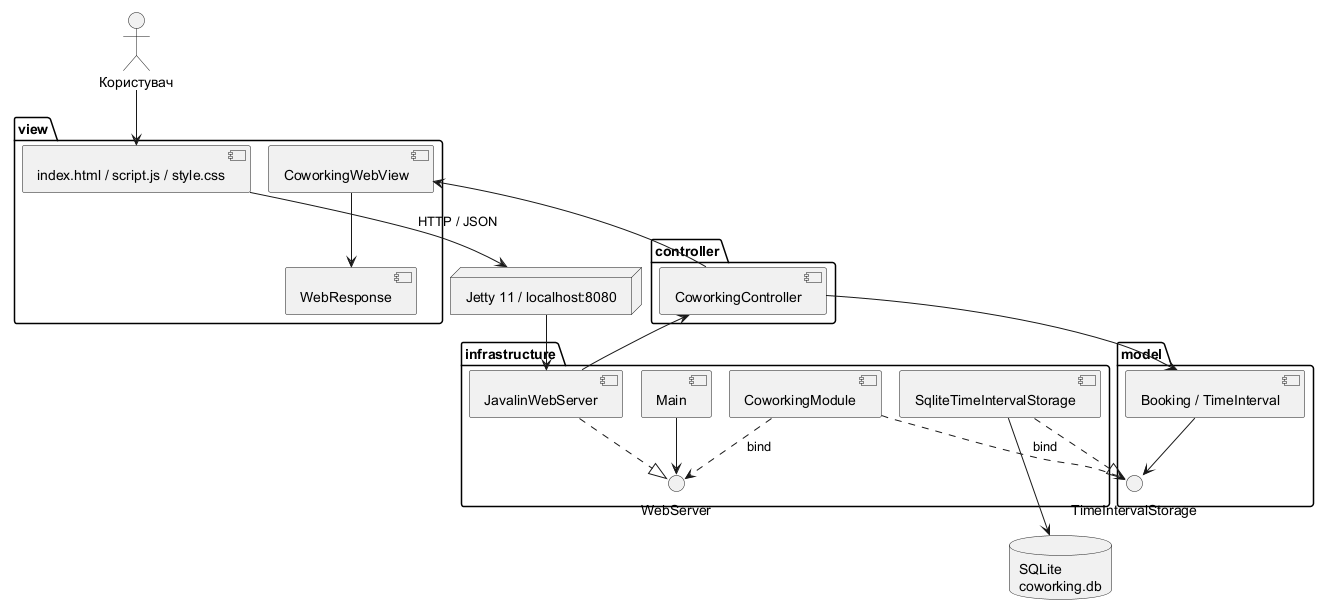
Before: docs/component.png, a diagram exported from PlantUML (auulina21/coworking-19).
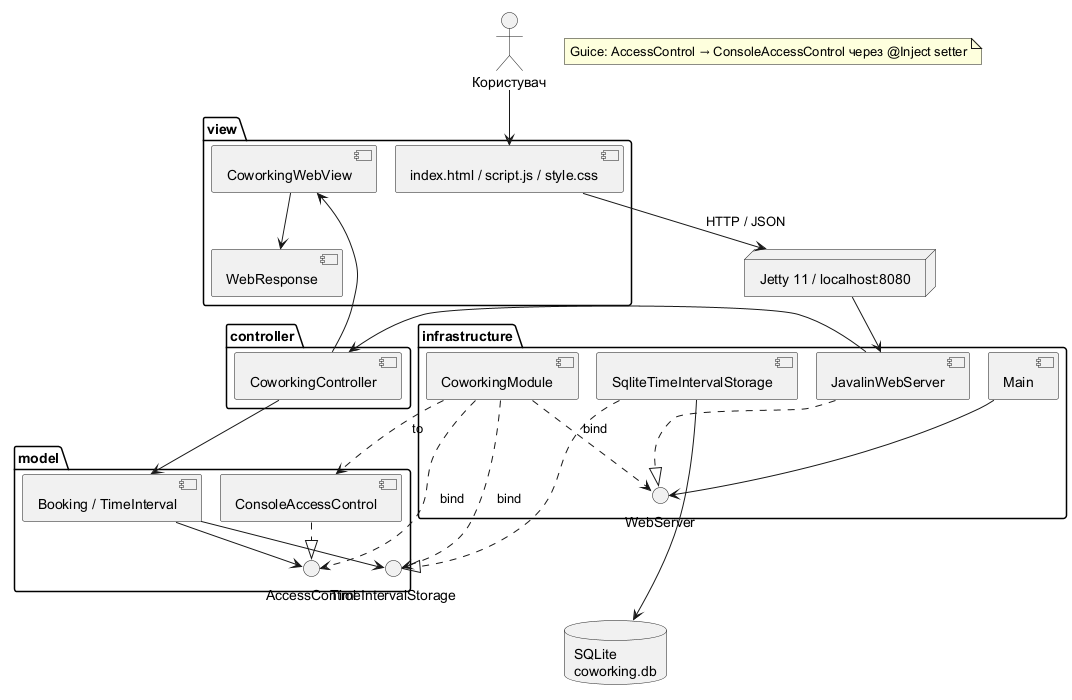
The same diagram one commit later.

The edit, as a diff of the source:
```diff
@@ -14,6 +14,8 @@
 package model {
  [Booking / TimeInterval] as Model
  () TimeIntervalStorage as Storage
+ () AccessControl as Access
+ [ConsoleAccessControl] as ConsoleAccess
 }
 package infrastructure {
  [Main] as Main
@@ -30,6 +32,10 @@
 Controller --> View
 View --> Response
 Model --> Storage
+Model --> Access
+ConsoleAccess ..|> Access
+Module ..> Access : bind
+Module ..> ConsoleAccess : to
 Sqlite ..|> Storage
 Sqlite --> DB
 Adapter ..|> Server
@@ -37,4 +43,5 @@
 Module ..> Storage : bind
 Module ..> Server : bind
 Storage -[hidden]down- DB
+note "Guice: AccessControl → ConsoleAccessControl через @Inject setter" as AccessDI
 @enduml
```
